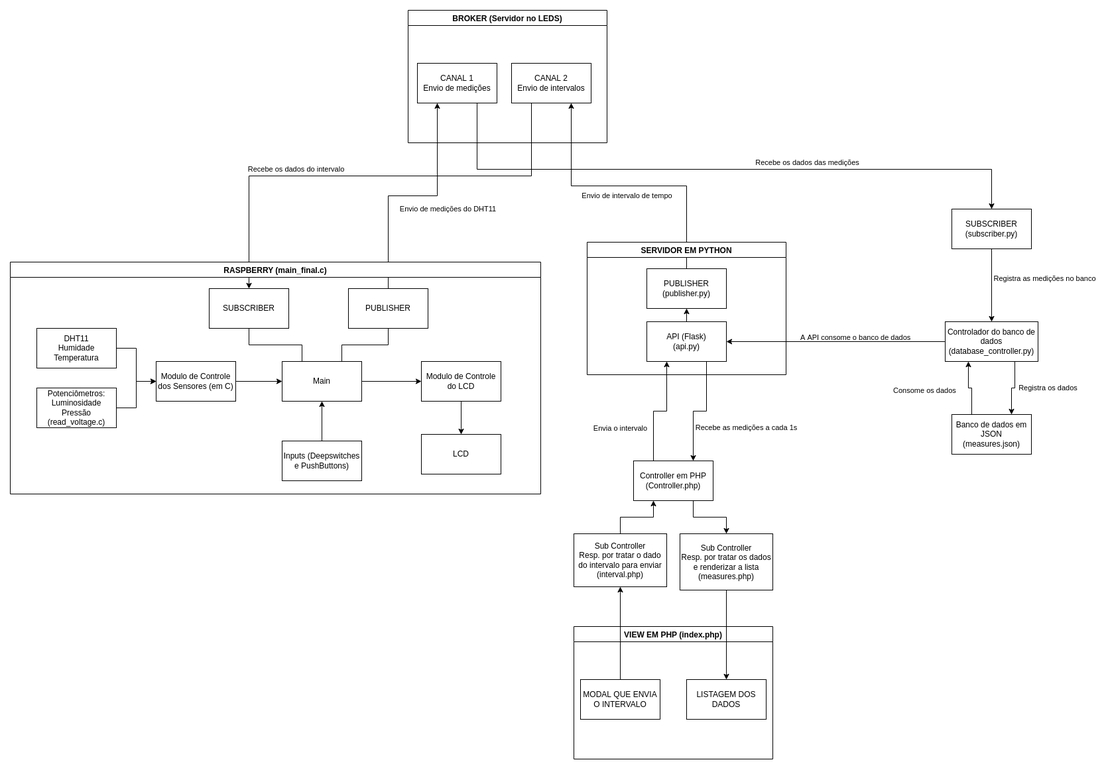
Before: telas/diagrama.png, a diagram exported from draw.io (KevinCerqueira/PiZero-RemoteSensor). Source tidied: cells renumbered, new cells last; positions are measured from the earlier drawing's top-left corner, leaving out a move shared by most shapes.
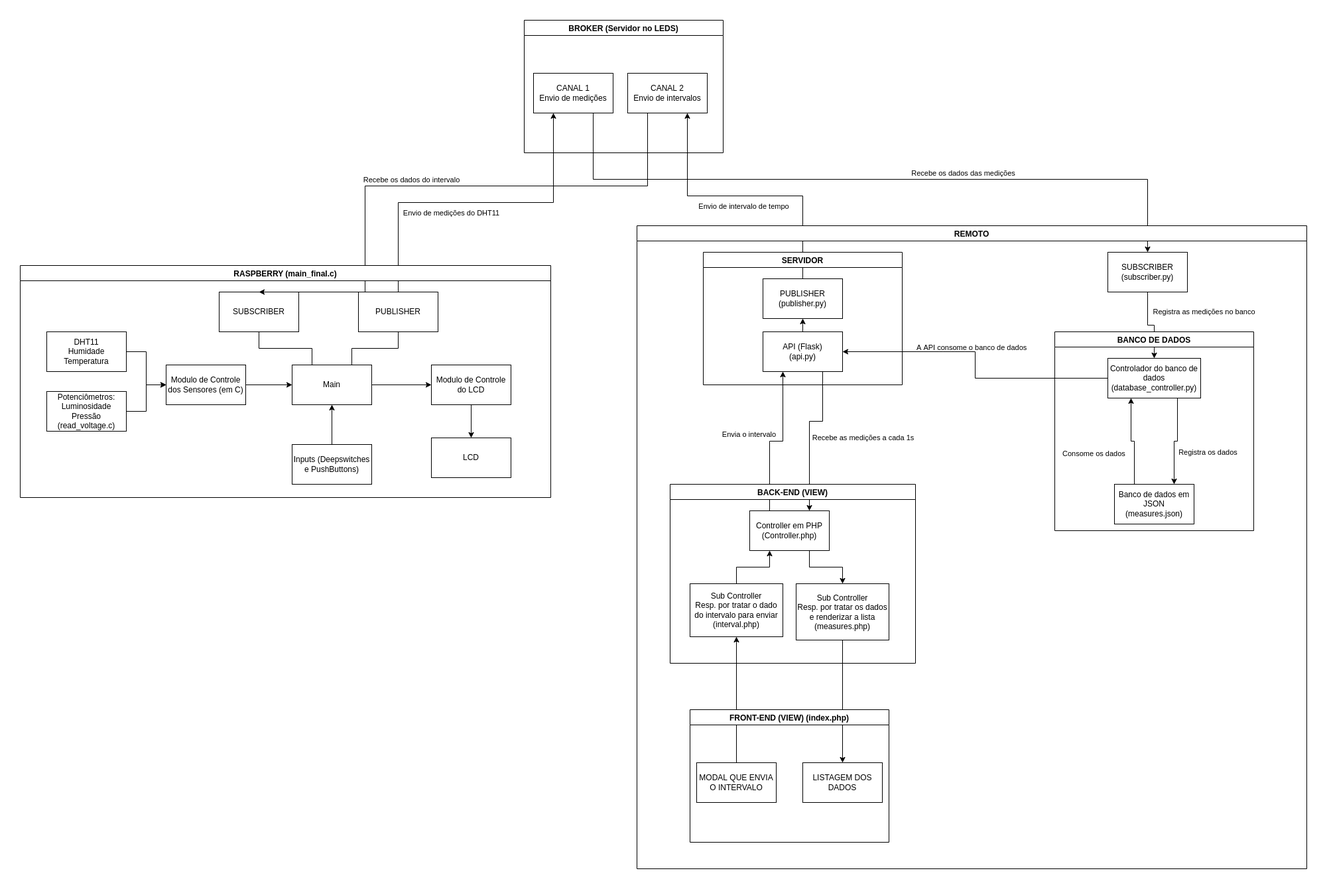
The same file after the commit.

Commit message:
:pencil: trabalhando no readme

Diff of the diagram source:
```diff
@@ -7,7 +7,7 @@
     </mxCell>
     <mxCell id="3" value="Envio de medições do DHT11" style="edgeLabel;html=1;align=center;verticalAlign=middle;" parent="2" vertex="1">
       <mxGeometry x="0.08" y="2" relative="1" as="geometry">
-        <mxPoint x="38" y="22" as="offset" />
+        <mxPoint x="-58" y="17" as="offset" />
       </mxGeometry>
     </mxCell>
     <mxCell id="4" style="edgeStyle=orthogonalEdgeStyle;rounded=0;jettySize=auto;html=1;exitX=0.5;exitY=0;exitDx=0;exitDy=0;entryX=0.75;entryY=1;entryDx=0;entryDy=0;" parent="1" edge="1" source="44" target="12">
@@ -22,13 +22,13 @@
       <mxGeometry relative="1" as="geometry" />
     </mxCell>
     <mxCell id="7" value="DHT11&lt;br&gt;Humidade&lt;br&gt;Temperatura&lt;br&gt;" style="rounded=0;whiteSpace=wrap;html=1;" parent="1" vertex="1">
-      <mxGeometry x="40" y="480" width="120" height="60" as="geometry" />
+      <mxGeometry x="-120" y="470" width="120" height="60" as="geometry" />
     </mxCell>
     <mxCell id="8" style="edgeStyle=orthogonalEdgeStyle;rounded=0;jettySize=auto;html=1;exitX=0.5;exitY=1;exitDx=0;exitDy=0;entryX=0.25;entryY=0;entryDx=0;entryDy=0;endArrow=none;endFill=0;" parent="1" edge="1" source="9" target="37">
       <mxGeometry relative="1" as="geometry" />
     </mxCell>
     <mxCell id="9" value="SUBSCRIBER" style="rounded=0;whiteSpace=wrap;html=1;" parent="1" vertex="1">
-      <mxGeometry x="300" y="420" width="120" height="60" as="geometry" />
+      <mxGeometry x="140" y="410" width="120" height="60" as="geometry" />
     </mxCell>
     <mxCell id="10" value="BROKER (Servidor no LEDS)" style="swimlane;" parent="1" vertex="1">
       <mxGeometry x="600" width="300" height="200" as="geometry" />
@@ -49,25 +49,14 @@
     </mxCell>
     <mxCell id="14" value="Recebe os dados do intervalo" style="edgeLabel;html=1;align=center;verticalAlign=middle;" parent="13" vertex="1">
       <mxGeometry x="0.2" y="1" relative="1" as="geometry">
-        <mxPoint x="-44" y="-11" as="offset" />
+        <mxPoint x="45" y="-11" as="offset" />
       </mxGeometry>
     </mxCell>
-    <mxCell id="15" style="edgeStyle=orthogonalEdgeStyle;rounded=0;jettySize=auto;html=1;exitX=0.5;exitY=1;exitDx=0;exitDy=0;entryX=0.5;entryY=0;entryDx=0;entryDy=0;" parent="1" edge="1" source="17" target="52">
-      <mxGeometry relative="1" as="geometry" />
-    </mxCell>
-    <mxCell id="16" value="Registra as medições no banco" style="edgeLabel;html=1;align=center;verticalAlign=middle;" parent="15" vertex="1">
-      <mxGeometry x="-0.2" y="2" relative="1" as="geometry">
-        <mxPoint x="78" as="offset" />
-      </mxGeometry>
-    </mxCell>
-    <mxCell id="17" value="SUBSCRIBER&lt;br&gt;(subscriber.py)" style="rounded=0;whiteSpace=wrap;html=1;" parent="1" vertex="1">
-      <mxGeometry x="1420" y="300" width="120" height="60" as="geometry" />
-    </mxCell>
     <mxCell id="18" style="edgeStyle=orthogonalEdgeStyle;rounded=0;jettySize=auto;html=1;exitX=0.75;exitY=1;exitDx=0;exitDy=0;endArrow=classic;endFill=1;entryX=0.5;entryY=0;entryDx=0;entryDy=0;" parent="1" edge="1" source="11" target="17">
       <mxGeometry relative="1" as="geometry">
         <Array as="points">
           <mxPoint x="704" y="240" />
-          <mxPoint x="1480" y="240" />
+          <mxPoint x="1540" y="240" />
         </Array>
       </mxGeometry>
     </mxCell>
@@ -81,44 +70,35 @@
     </mxCell>
     <mxCell id="21" value="Envia o intervalo" style="edgeLabel;html=1;align=center;verticalAlign=middle;" parent="20" vertex="1">
       <mxGeometry x="-0.41" y="3" relative="1" as="geometry">
-        <mxPoint x="-47" y="1" as="offset" />
+        <mxPoint x="-29" y="-48" as="offset" />
       </mxGeometry>
     </mxCell>
     <mxCell id="22" style="edgeStyle=orthogonalEdgeStyle;rounded=0;jettySize=auto;html=1;exitX=0.75;exitY=1;exitDx=0;exitDy=0;entryX=0.5;entryY=0;entryDx=0;entryDy=0;" parent="1" edge="1" source="23" target="59">
       <mxGeometry relative="1" as="geometry" />
     </mxCell>
     <mxCell id="23" value="Controller em PHP&lt;br&gt;(Controller.php)" style="whiteSpace=wrap;html=1;" parent="1" vertex="1">
-      <mxGeometry x="940" y="680" width="120" height="60" as="geometry" />
+      <mxGeometry x="940" y="740" width="120" height="60" as="geometry" />
     </mxCell>
     <mxCell id="24" style="edgeStyle=orthogonalEdgeStyle;rounded=0;jettySize=auto;html=1;exitX=0.25;exitY=0;exitDx=0;exitDy=0;entryX=0.25;entryY=1;entryDx=0;entryDy=0;" parent="1" edge="1" source="25" target="52">
       <mxGeometry relative="1" as="geometry" />
     </mxCell>
     <mxCell id="25" value="Banco de dados em JSON&lt;br&gt;(measures.json)" style="whiteSpace=wrap;html=1;" parent="1" vertex="1">
-      <mxGeometry x="1420" y="610" width="120" height="60" as="geometry" />
+      <mxGeometry x="1490" y="700" width="120" height="60" as="geometry" />
     </mxCell>
-    <mxCell id="26" value="VIEW EM PHP (index.php)" style="swimlane;" parent="1" vertex="1">
-      <mxGeometry x="850" y="930" width="300" height="200" as="geometry" />
-    </mxCell>
-    <mxCell id="27" value="LISTAGEM DOS DADOS" style="whiteSpace=wrap;html=1;" parent="26" vertex="1">
-      <mxGeometry x="170" y="80" width="120" height="60" as="geometry" />
-    </mxCell>
-    <mxCell id="28" value="MODAL QUE ENVIA O INTERVALO" style="whiteSpace=wrap;html=1;" parent="26" vertex="1">
-      <mxGeometry x="10" y="80" width="120" height="60" as="geometry" />
-    </mxCell>
     <mxCell id="29" style="edgeStyle=orthogonalEdgeStyle;rounded=0;jettySize=auto;html=1;" parent="1" edge="1" source="30" target="37">
       <mxGeometry relative="1" as="geometry" />
     </mxCell>
     <mxCell id="30" value="Modulo de Controle dos Sensores (em C)" style="rounded=0;whiteSpace=wrap;html=1;" parent="1" vertex="1">
-      <mxGeometry x="220" y="530" width="120" height="60" as="geometry" />
+      <mxGeometry x="60" y="520" width="120" height="60" as="geometry" />
     </mxCell>
     <mxCell id="31" style="edgeStyle=orthogonalEdgeStyle;rounded=0;jettySize=auto;html=1;" parent="1" edge="1" source="32" target="30">
       <mxGeometry relative="1" as="geometry" />
     </mxCell>
     <mxCell id="32" value="Potenciômetros:&lt;br&gt;Luminosidade&lt;br&gt;Pressão&lt;br&gt;(read_voltage.c)" style="rounded=0;whiteSpace=wrap;html=1;" parent="1" vertex="1">
-      <mxGeometry x="40" y="570" width="120" height="60" as="geometry" />
+      <mxGeometry x="-120" y="560" width="120" height="60" as="geometry" />
     </mxCell>
     <mxCell id="33" value="RASPBERRY (main_final.c)" style="swimlane;" parent="1" vertex="1">
-      <mxGeometry y="380" width="800" height="350" as="geometry" />
+      <mxGeometry x="-160" y="370" width="800" height="350" as="geometry" />
     </mxCell>
     <mxCell id="34" value="LCD" style="rounded=0;whiteSpace=wrap;html=1;" parent="33" vertex="1">
       <mxGeometry x="620" y="260" width="120" height="60" as="geometry" />
@@ -147,7 +127,7 @@
     <mxCell id="42" style="edgeStyle=orthogonalEdgeStyle;rounded=0;jettySize=auto;html=1;exitX=0.75;exitY=0;exitDx=0;exitDy=0;entryX=0.5;entryY=1;entryDx=0;entryDy=0;endArrow=none;endFill=0;" parent="33" edge="1" source="37" target="41">
       <mxGeometry relative="1" as="geometry" />
     </mxCell>
-    <mxCell id="43" value="SERVIDOR EM PYTHON" style="swimlane;" parent="1" vertex="1">
+    <mxCell id="43" value="SERVIDOR" style="swimlane;" parent="1" vertex="1">
       <mxGeometry x="870" y="350" width="300" height="200" as="geometry" />
     </mxCell>
     <mxCell id="44" value="PUBLISHER&lt;br&gt;(publisher.py)" style="rounded=0;whiteSpace=wrap;html=1;" parent="43" vertex="1">
@@ -169,7 +149,7 @@
     </mxCell>
     <mxCell id="48" value="Recebe as medições a cada 1s" style="edgeLabel;html=1;align=center;verticalAlign=middle;" parent="47" vertex="1">
       <mxGeometry x="0.32" y="5" relative="1" as="geometry">
-        <mxPoint x="75" y="7" as="offset" />
+        <mxPoint x="75" y="-33" as="offset" />
       </mxGeometry>
     </mxCell>
     <mxCell id="49" style="edgeStyle=orthogonalEdgeStyle;rounded=0;jettySize=auto;html=1;exitX=0.75;exitY=1;exitDx=0;exitDy=0;entryX=0.75;entryY=0;entryDx=0;entryDy=0;" parent="1" edge="1" source="52" target="25">
@@ -177,17 +157,17 @@
     </mxCell>
     <mxCell id="50" value="Registra os dados" style="edgeLabel;html=1;align=center;verticalAlign=middle;" parent="49" vertex="1">
       <mxGeometry x="-0.29" y="-2" relative="1" as="geometry">
-        <mxPoint x="52" y="9" as="offset" />
+        <mxPoint x="47" y="33" as="offset" />
       </mxGeometry>
     </mxCell>
     <mxCell id="51" style="edgeStyle=orthogonalEdgeStyle;rounded=0;jettySize=auto;html=1;exitX=0;exitY=0.5;exitDx=0;exitDy=0;entryX=1;entryY=0.5;entryDx=0;entryDy=0;" parent="1" edge="1" source="52" target="46">
       <mxGeometry relative="1" as="geometry" />
     </mxCell>
     <mxCell id="52" value="Controlador do banco de dados&lt;br&gt;(database_controller.py)" style="whiteSpace=wrap;html=1;" parent="1" vertex="1">
-      <mxGeometry x="1410" y="470" width="140" height="60" as="geometry" />
+      <mxGeometry x="1480" y="510" width="140" height="60" as="geometry" />
     </mxCell>
     <mxCell id="53" value="&lt;span style=&quot;color: rgb(0, 0, 0); font-family: Helvetica; font-size: 11px; font-style: normal; font-variant-ligatures: normal; font-variant-caps: normal; font-weight: 400; letter-spacing: normal; orphans: 2; text-align: center; text-indent: 0px; text-transform: none; widows: 2; word-spacing: 0px; -webkit-text-stroke-width: 0px; background-color: rgb(255, 255, 255); text-decoration-thickness: initial; text-decoration-style: initial; text-decoration-color: initial; float: none; display: inline !important;&quot;&gt;Consome os dados&lt;/span&gt;" style="text;whiteSpace=wrap;html=1;" parent="1" vertex="1">
-      <mxGeometry x="1330" y="560" width="120" height="30" as="geometry" />
+      <mxGeometry x="1410" y="640" width="120" height="30" as="geometry" />
     </mxCell>
     <mxCell id="54" value="&lt;span style=&quot;color: rgb(0, 0, 0); font-family: Helvetica; font-size: 11px; font-style: normal; font-variant-ligatures: normal; font-variant-caps: normal; font-weight: 400; letter-spacing: normal; orphans: 2; text-align: center; text-indent: 0px; text-transform: none; widows: 2; word-spacing: 0px; -webkit-text-stroke-width: 0px; background-color: rgb(255, 255, 255); text-decoration-thickness: initial; text-decoration-style: initial; text-decoration-color: initial; float: none; display: inline !important;&quot;&gt;A API consome o banco de dados&lt;/span&gt;" style="text;whiteSpace=wrap;html=1;" parent="1" vertex="1">
       <mxGeometry x="1190" y="480" width="190" height="30" as="geometry" />
@@ -196,7 +176,7 @@
       <mxGeometry relative="1" as="geometry" />
     </mxCell>
     <mxCell id="56" value="Sub Controller&lt;br&gt;Resp. por tratar o dado do intervalo para enviar&lt;br&gt;(interval.php)" style="whiteSpace=wrap;html=1;" parent="1" vertex="1">
-      <mxGeometry x="850" y="790" width="140" height="80" as="geometry" />
+      <mxGeometry x="850" y="850" width="140" height="80" as="geometry" />
     </mxCell>
     <mxCell id="57" style="edgeStyle=orthogonalEdgeStyle;rounded=0;jettySize=auto;html=1;exitX=0.5;exitY=0;exitDx=0;exitDy=0;" parent="1" edge="1" source="28" target="56">
       <mxGeometry relative="1" as="geometry" />
@@ -205,7 +185,34 @@
       <mxGeometry relative="1" as="geometry" />
     </mxCell>
     <mxCell id="59" value="Sub Controller&lt;br&gt;Resp. por tratar os dados e renderizar a lista&lt;br&gt;(measures.php)" style="whiteSpace=wrap;html=1;" parent="1" vertex="1">
-      <mxGeometry x="1010" y="790" width="140" height="85" as="geometry" />
+      <mxGeometry x="1010" y="850" width="140" height="85" as="geometry" />
     </mxCell>
+    <mxCell id="60" value="BACK-END (VIEW)" style="swimlane;" parent="1" vertex="1">
+      <mxGeometry x="820" y="700" width="370" height="270" as="geometry" />
+    </mxCell>
+    <mxCell id="26" value="FRONT-END (VIEW) (index.php)" style="swimlane;" parent="1" vertex="1">
+      <mxGeometry x="850" y="1040" width="300" height="200" as="geometry" />
+    </mxCell>
+    <mxCell id="27" value="LISTAGEM DOS DADOS" style="whiteSpace=wrap;html=1;" parent="26" vertex="1">
+      <mxGeometry x="170" y="80" width="120" height="60" as="geometry" />
+    </mxCell>
+    <mxCell id="28" value="MODAL QUE ENVIA O INTERVALO" style="whiteSpace=wrap;html=1;" parent="26" vertex="1">
+      <mxGeometry x="10" y="80" width="120" height="60" as="geometry" />
+    </mxCell>
+    <mxCell id="61" value="REMOTO" style="swimlane;startSize=23;" parent="1" vertex="1">
+      <mxGeometry x="770" y="310" width="1010" height="970" as="geometry" />
+    </mxCell>
+    <mxCell id="17" value="SUBSCRIBER&lt;br&gt;(subscriber.py)" style="rounded=0;whiteSpace=wrap;html=1;" parent="61" vertex="1">
+      <mxGeometry x="710" y="40" width="120" height="60" as="geometry" />
+    </mxCell>
+    <mxCell id="16" value="&lt;span style=&quot;font-size: 11px; background-color: rgb(255, 255, 255);&quot;&gt;Registra as medições no banco&lt;/span&gt;" style="text;html=1;align=center;verticalAlign=middle;strokeColor=none;fillColor=none;" parent="61" vertex="1">
+      <mxGeometry x="770" y="120" width="170" height="20" as="geometry" />
+    </mxCell>
+    <mxCell id="15" style="edgeStyle=orthogonalEdgeStyle;rounded=0;jettySize=auto;html=1;exitX=0.5;exitY=1;exitDx=0;exitDy=0;entryX=0.5;entryY=0;entryDx=0;entryDy=0;" parent="1" edge="1" source="17" target="52">
+      <mxGeometry relative="1" as="geometry" />
+    </mxCell>
+    <mxCell id="62" value="BANCO DE DADOS" style="swimlane;startSize=23;" parent="1" vertex="1">
+      <mxGeometry x="1400" y="470" width="300" height="300" as="geometry" />
+    </mxCell>
   </root>
 </mxGraphModel>
```
